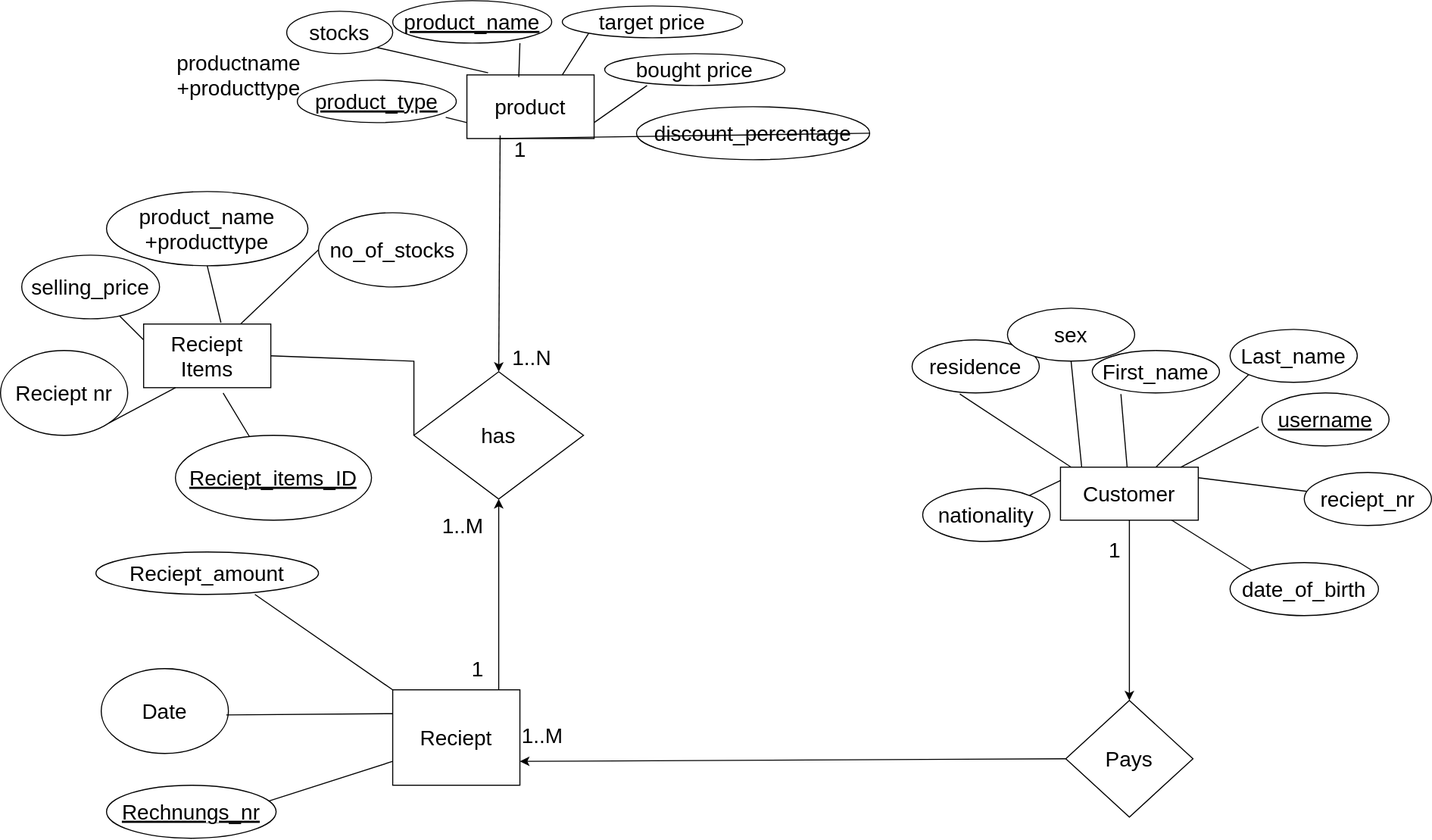
The draw.io diagram DiyaDesktop.svg in bishalmhrjan/JavaFX-Employee-Customer-Product-Manager, before a commit. Source tidied: cells renumbered, new cells last; positions are measured from the earlier drawing's top-left corner, leaving out a move shared by most shapes.
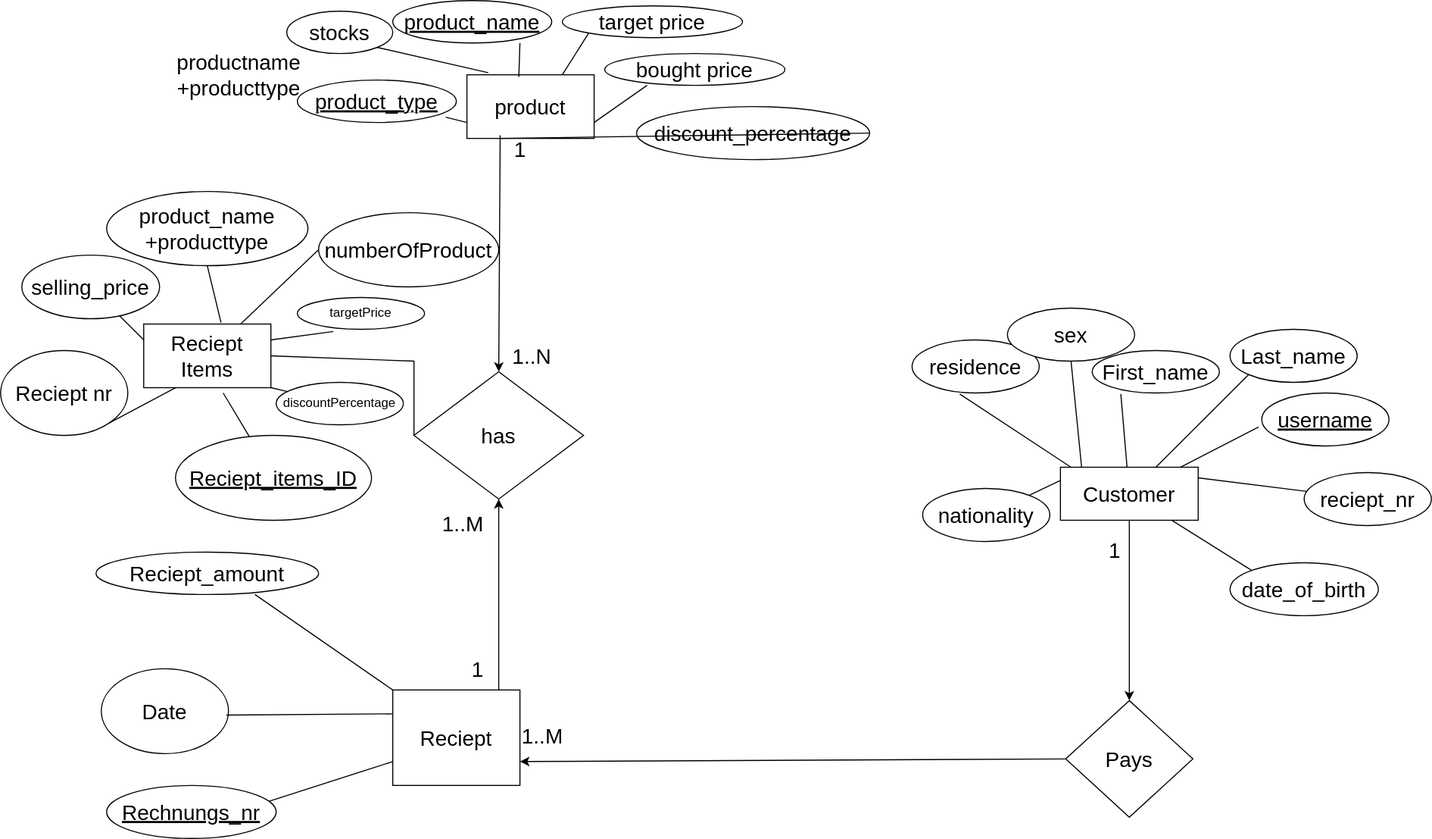
The same file after the commit.

What changed in the source:
```diff
@@ -62,8 +62,8 @@
     <mxCell id="19" value="&lt;u&gt;Rechnungs_nr&lt;/u&gt;" style="ellipse;whiteSpace=wrap;html=1;fontSize=20;" parent="1" vertex="1">
       <mxGeometry x="100" y="740" width="160" height="50" as="geometry" />
     </mxCell>
-    <mxCell id="20" value="no_of_stocks" style="ellipse;whiteSpace=wrap;html=1;fontSize=20;" parent="1" vertex="1">
-      <mxGeometry x="300" y="200" width="140" height="70" as="geometry" />
+    <mxCell id="20" value="numberOfProduct" style="ellipse;whiteSpace=wrap;html=1;fontSize=20;" parent="1" vertex="1">
+      <mxGeometry x="300" y="200" width="170" height="70" as="geometry" />
     </mxCell>
     <mxCell id="21" value="selling_price" style="ellipse;whiteSpace=wrap;html=1;fontSize=20;" parent="1" vertex="1">
       <mxGeometry x="20" y="240" width="130" height="60" as="geometry" />
@@ -220,5 +220,17 @@
         <mxPoint x="210" y="370" as="targetPoint" />
       </mxGeometry>
     </mxCell>
+    <mxCell id="65" value="targetPrice" style="ellipse;whiteSpace=wrap;html=1;" parent="1" vertex="1">
+      <mxGeometry x="280" y="280" width="120" height="30" as="geometry" />
+    </mxCell>
+    <mxCell id="66" style="endArrow=none;html=1;rounded=0;entryX=0.283;entryY=1.067;entryDx=0;entryDy=0;entryPerimeter=0;exitX=1;exitY=0.25;exitDx=0;exitDy=0;" parent="1" edge="1" source="53" target="65">
+      <mxGeometry relative="1" as="geometry" />
+    </mxCell>
+    <mxCell id="67" value="discountPercentage" style="ellipse;whiteSpace=wrap;html=1;" parent="1" vertex="1">
+      <mxGeometry x="260" y="360" width="120" height="40" as="geometry" />
+    </mxCell>
+    <mxCell id="68" style="endArrow=none;html=1;rounded=0;exitX=1;exitY=1;exitDx=0;exitDy=0;" parent="1" edge="1" source="53" target="67">
+      <mxGeometry relative="1" as="geometry" />
+    </mxCell>
   </root>
 </mxGraphModel>
```
